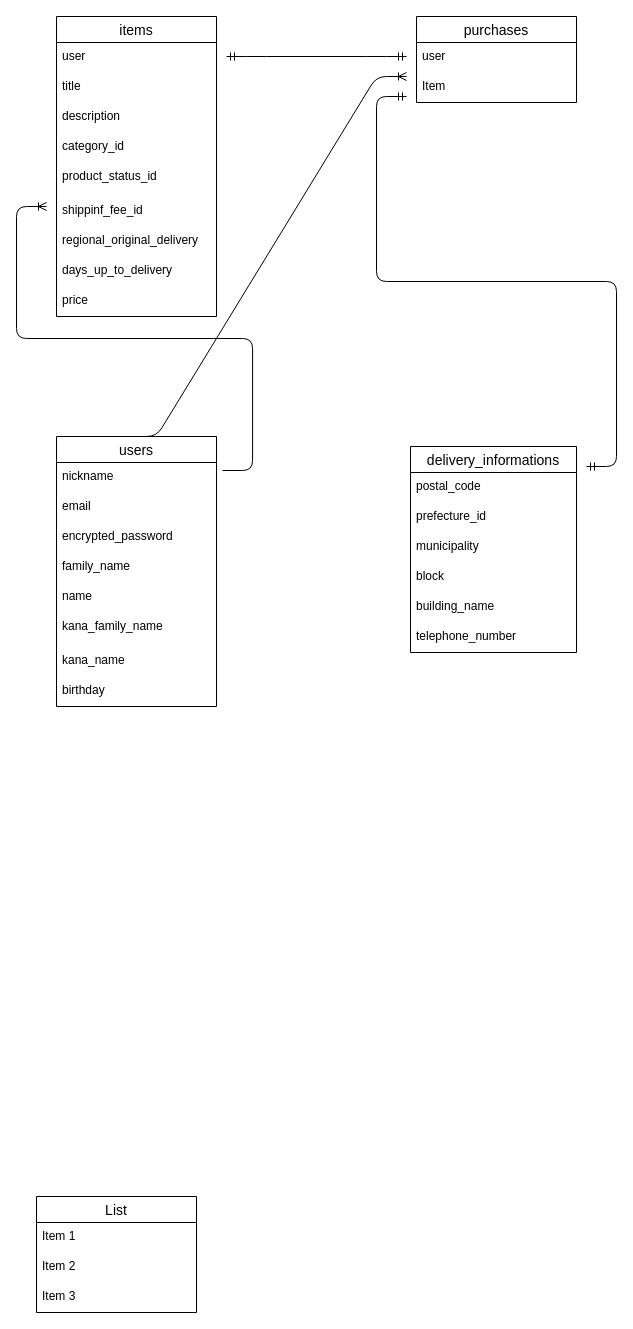
Above: FURIMA.dio in rita-yuki/furima-41355 (draw.io), before the change. Source tidied: cells renumbered, new cells numbered last; positions are measured from the earlier drawing's top-left corner, leaving out a move shared by most shapes. Both pictures are drawn from the tidied source at 100%, with x=0, y=0 at pixel (36, 16).
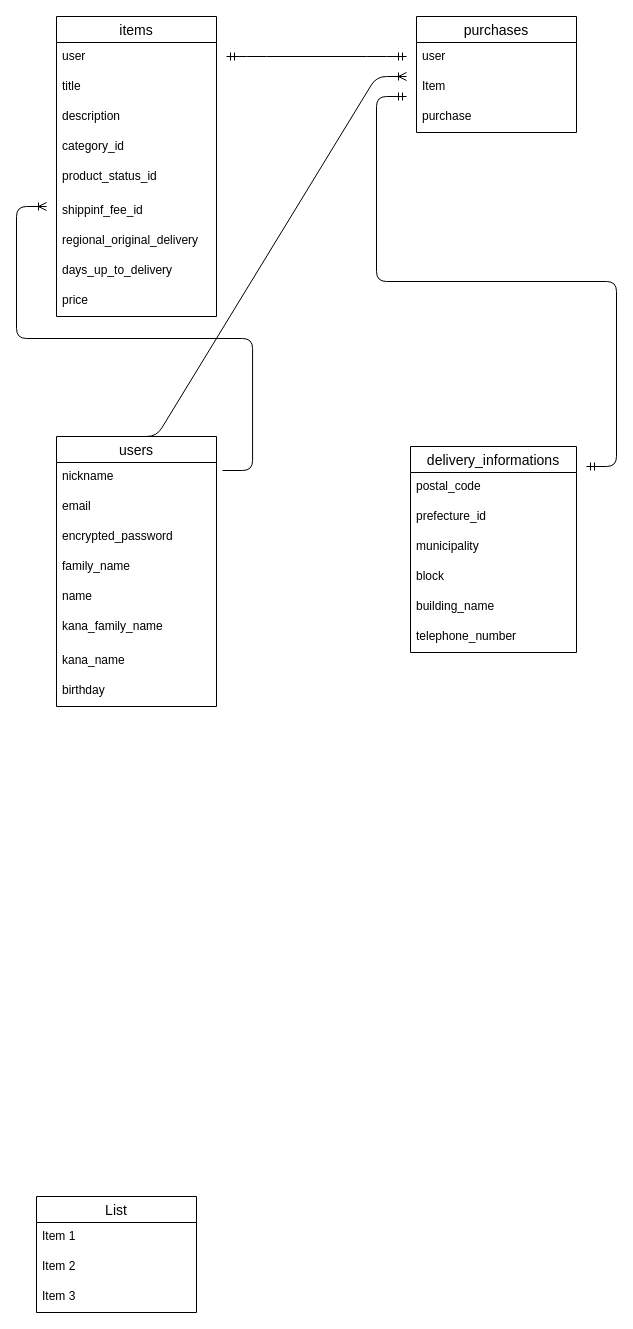
Above is the later version.

Commit message (it also covers changes not shown here):
カラム修正

What changed in the source:
```diff
@@
     <mxCell id="21" value="purchases" style="swimlane;fontStyle=0;horizontal=1;startSize=26;align=center;fontSize=14;" parent="1" vertex="1">
-      <mxGeometry x="380" width="160" height="86" as="geometry" />
+      <mxGeometry x="380" width="160" height="116" as="geometry" />
     </mxCell>
@@
+    <mxCell id="41" value="purchase" style="text;strokeColor=none;fillColor=none;spacingLeft=4;spacingRight=4;overflow=hidden;fontSize=12;" parent="21" vertex="1">
+      <mxGeometry y="86" width="160" height="30" as="geometry" />
+    </mxCell>
```
